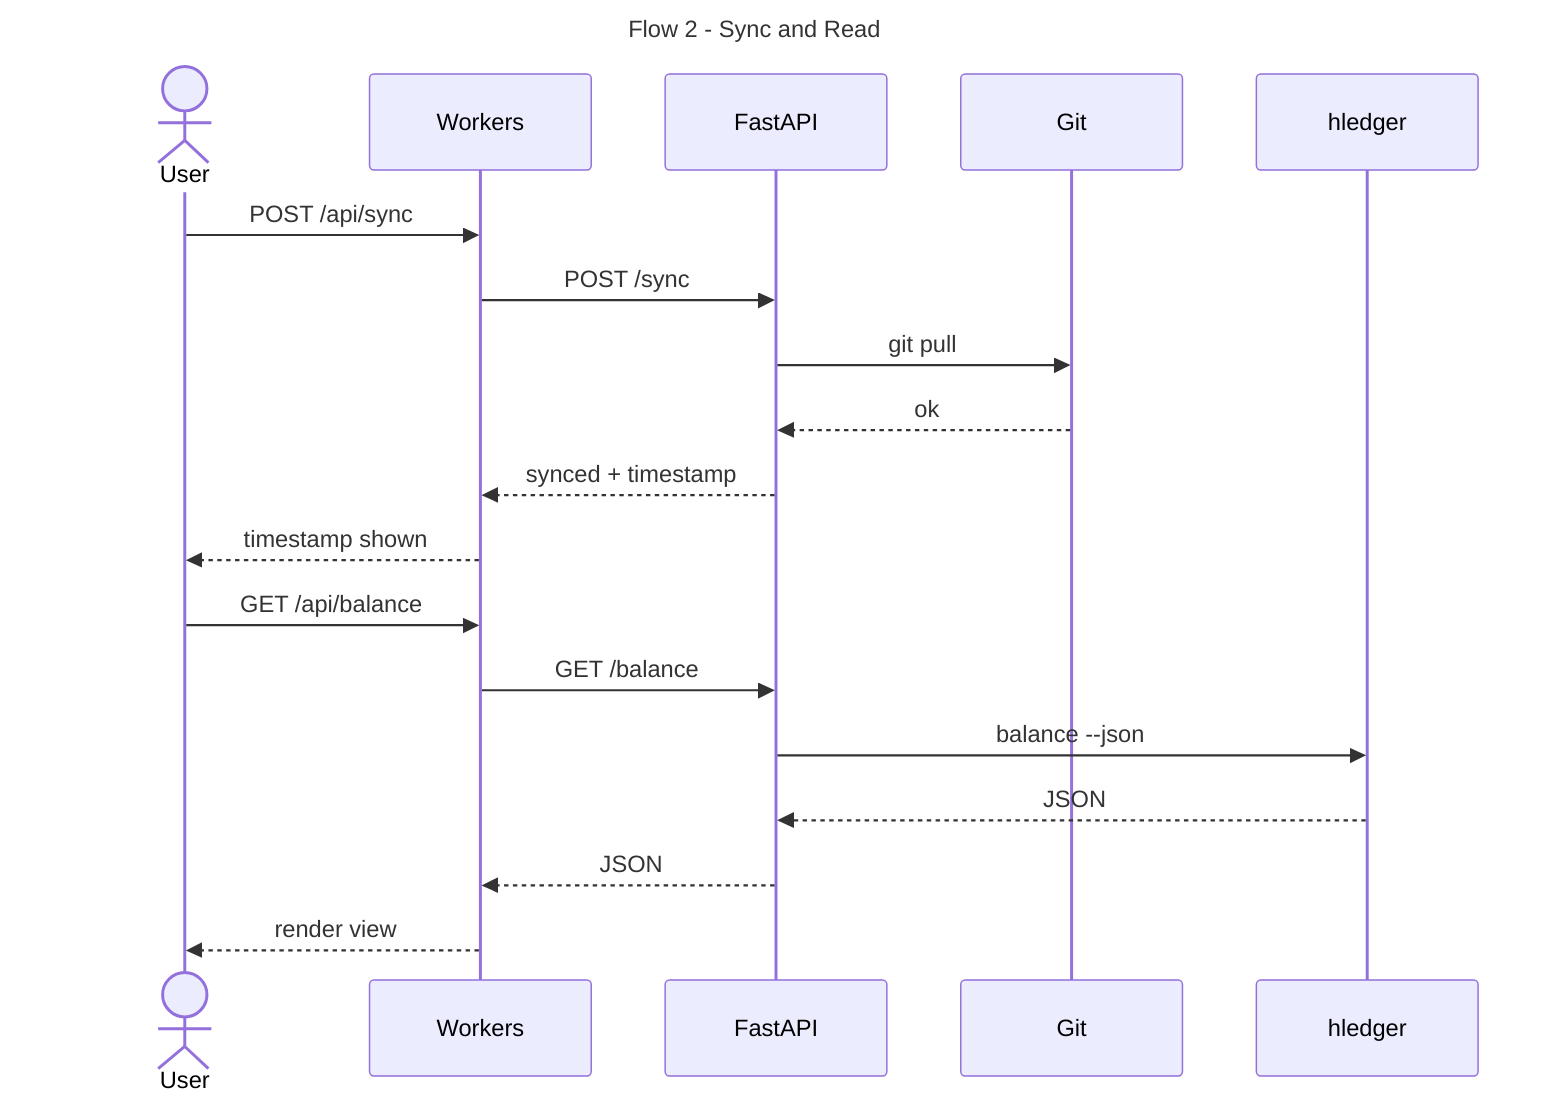
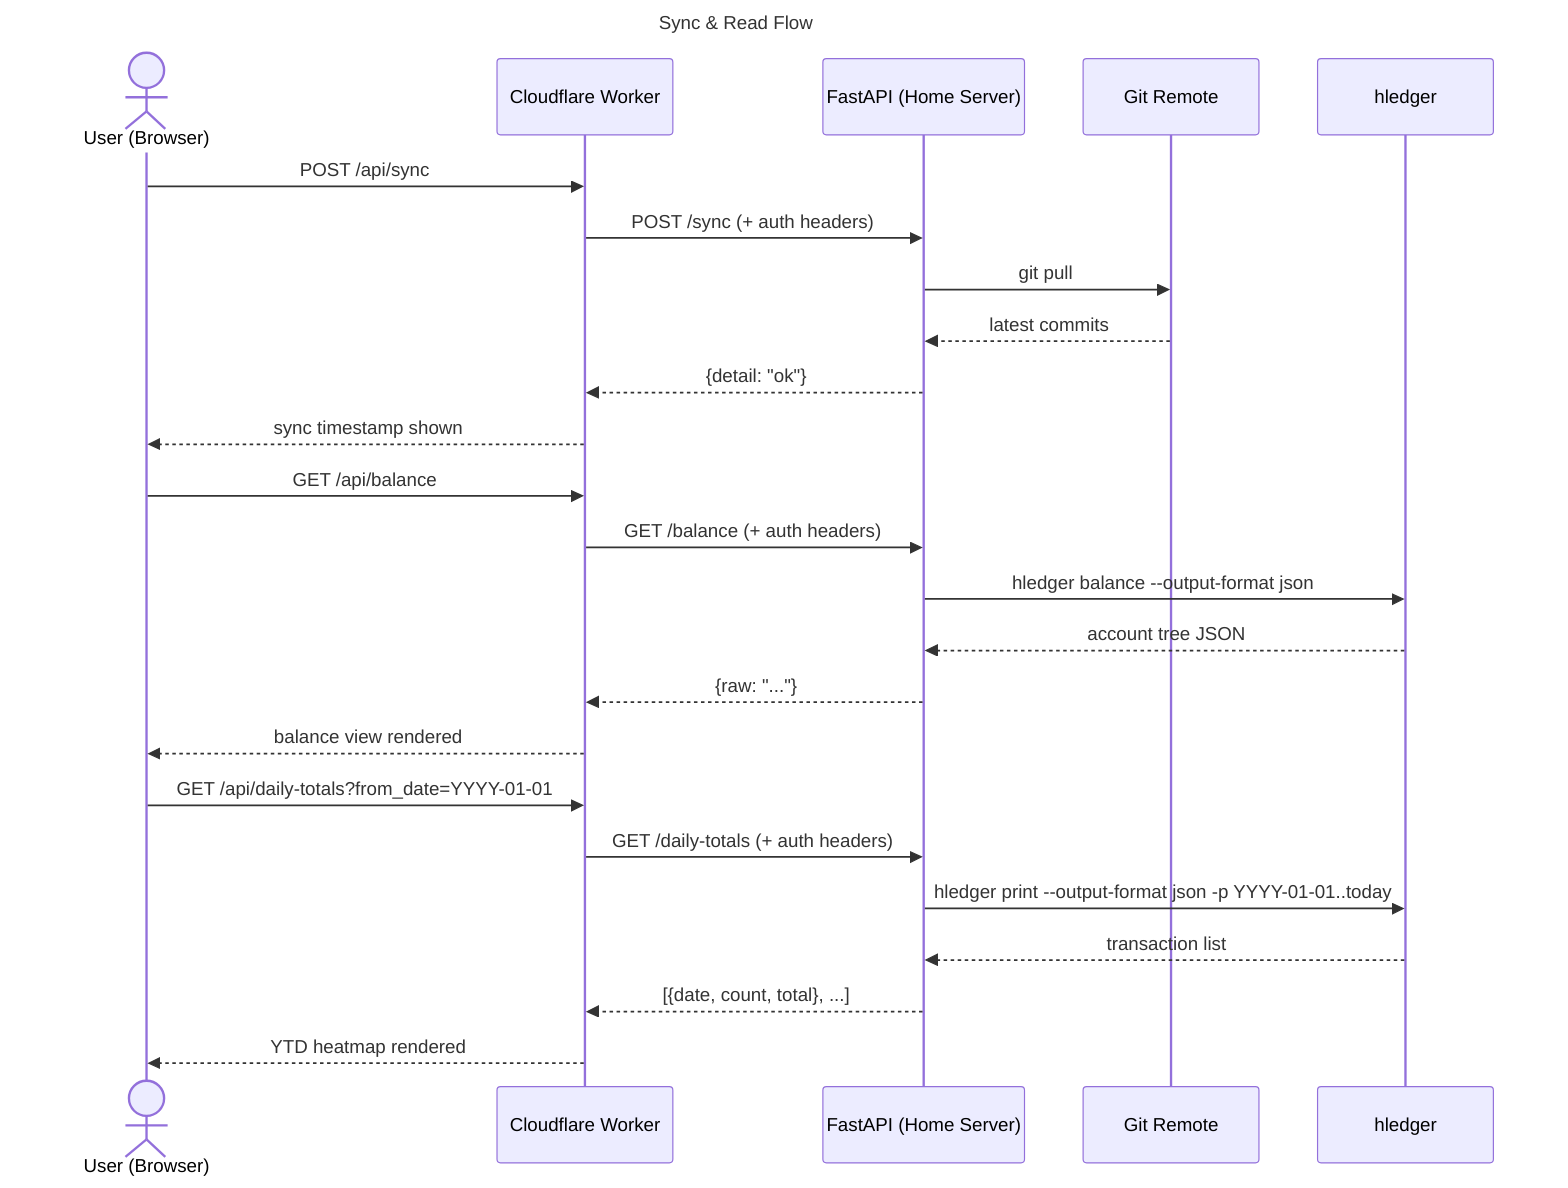
---
- title: Flow 2 - Sync and Read
+ title: Sync & Read Flow
---
sequenceDiagram
-     actor User
-     participant W as Workers
-     participant F as FastAPI
-     participant G as Git
+     actor User as User (Browser)
+     participant W as Cloudflare Worker
+     participant API as FastAPI (Home Server)
+     participant Git as Git Remote
    participant H as hledger

    User->>W: POST /api/sync
-     W->>F: POST /sync
-     F->>G: git pull
-     G-->>F: ok
-     F-->>W: synced + timestamp
-     W-->>User: timestamp shown
+     W->>API: POST /sync (+ auth headers)
+     API->>Git: git pull
+     Git-->>API: latest commits
+     API-->>W: {detail: "ok"}
+     W-->>User: sync timestamp shown

    User->>W: GET /api/balance
-     W->>F: GET /balance
-     F->>H: balance --json
-     H-->>F: JSON
-     F-->>W: JSON
-     W-->>User: render view
+     W->>API: GET /balance (+ auth headers)
+     API->>H: hledger balance --output-format json
+     H-->>API: account tree JSON
+     API-->>W: {raw: "..."}
+     W-->>User: balance view rendered
+ 
+     User->>W: GET /api/daily-totals?from_date=YYYY-01-01
+     W->>API: GET /daily-totals (+ auth headers)
+     API->>H: hledger print --output-format json -p YYYY-01-01..today
+     H-->>API: transaction list
+     API-->>W: [{date, count, total}, ...]
+     W-->>User: YTD heatmap rendered
